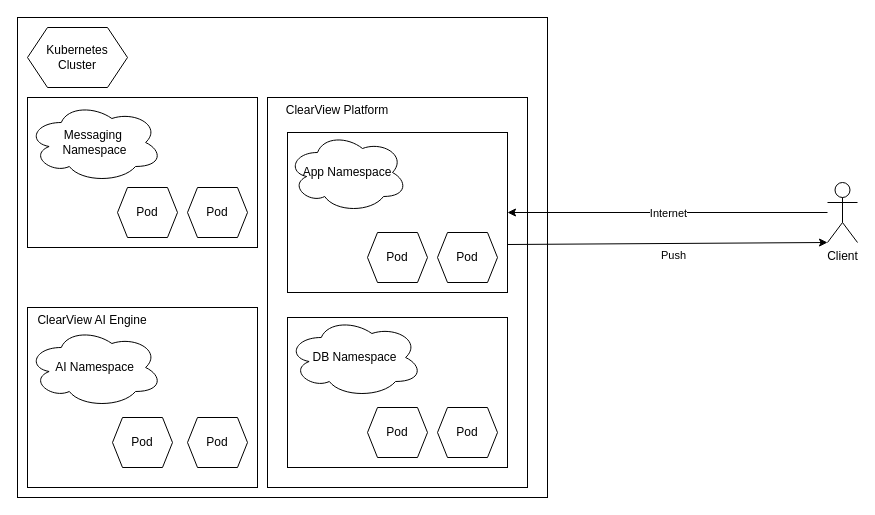
Above: deployment/drawio_images/deployment.drawio in SK11GS/Builders-Glitch (draw.io), before the change. Source tidied: cells renumbered, new cells numbered last; positions are measured from the earlier drawing's top-left corner, leaving out a move shared by most shapes. Both pictures are drawn from the tidied source at 100%, with x=0, y=0 at pixel (17, 17).
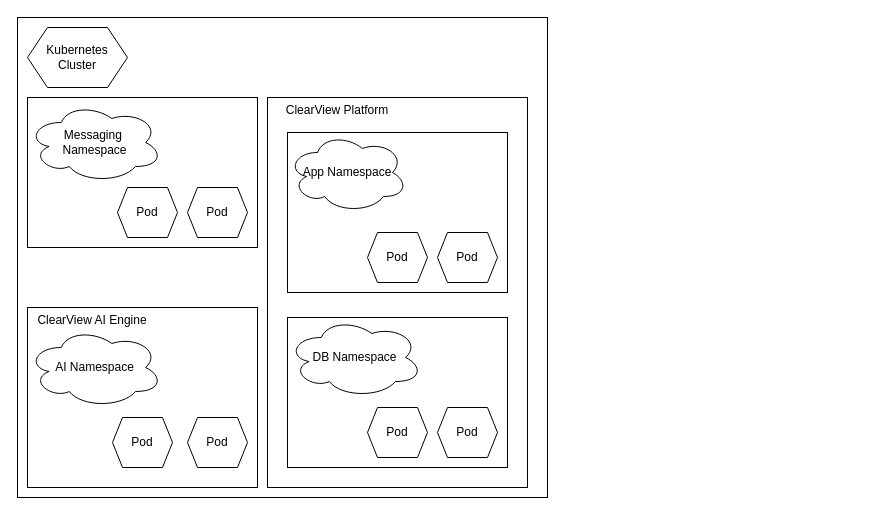
The same page after the edit.

Unchanged cells that the change refers to:
```xml
<mxCell id="7" style="rounded=0;whiteSpace=wrap;html=1;" parent="1" vertex="1">
  <mxGeometry x="270" y="115" width="220" height="160" as="geometry" />
</mxCell>
```

What changed in the source:
```diff
@@
-    <mxCell id="4" value="Client" style="shape=umlActor;verticalLabelPosition=bottom;verticalAlign=top;html=1;outlineConnect=0;" parent="1" vertex="1">
-      <mxGeometry x="810" y="165" width="30" height="60" as="geometry" />
-    </mxCell>
-    <mxCell id="5" style="endArrow=classic;html=1;rounded=0;entryX=1;entryY=0.5;entryDx=0;entryDy=0;" parent="1" edge="1" source="4" target="7">
-      <mxGeometry relative="1" as="geometry" />
-    </mxCell>
-    <mxCell id="6" value="Internet" style="edgeLabel;html=1;align=center;verticalAlign=middle;" parent="5" vertex="1">
-      <mxGeometry relative="1" as="geometry" />
-    </mxCell>
@@
-    <mxCell id="21" style="endArrow=classic;html=1;rounded=0;entryX=0;entryY=1;entryDx=0;entryDy=0;entryPerimeter=0;exitX=1;exitY=0.7;exitDx=0;exitDy=0;exitPerimeter=0;" parent="1" edge="1" source="7" target="4">
-      <mxGeometry relative="1" as="geometry" />
-    </mxCell>
-    <mxCell id="22" value="Push" style="edgeLabel;html=1;align=center;verticalAlign=middle;" parent="21" vertex="1">
-      <mxGeometry y="-3" relative="1" as="geometry">
-        <mxPoint x="5" y="9" as="offset" />
-      </mxGeometry>
-    </mxCell>
```
